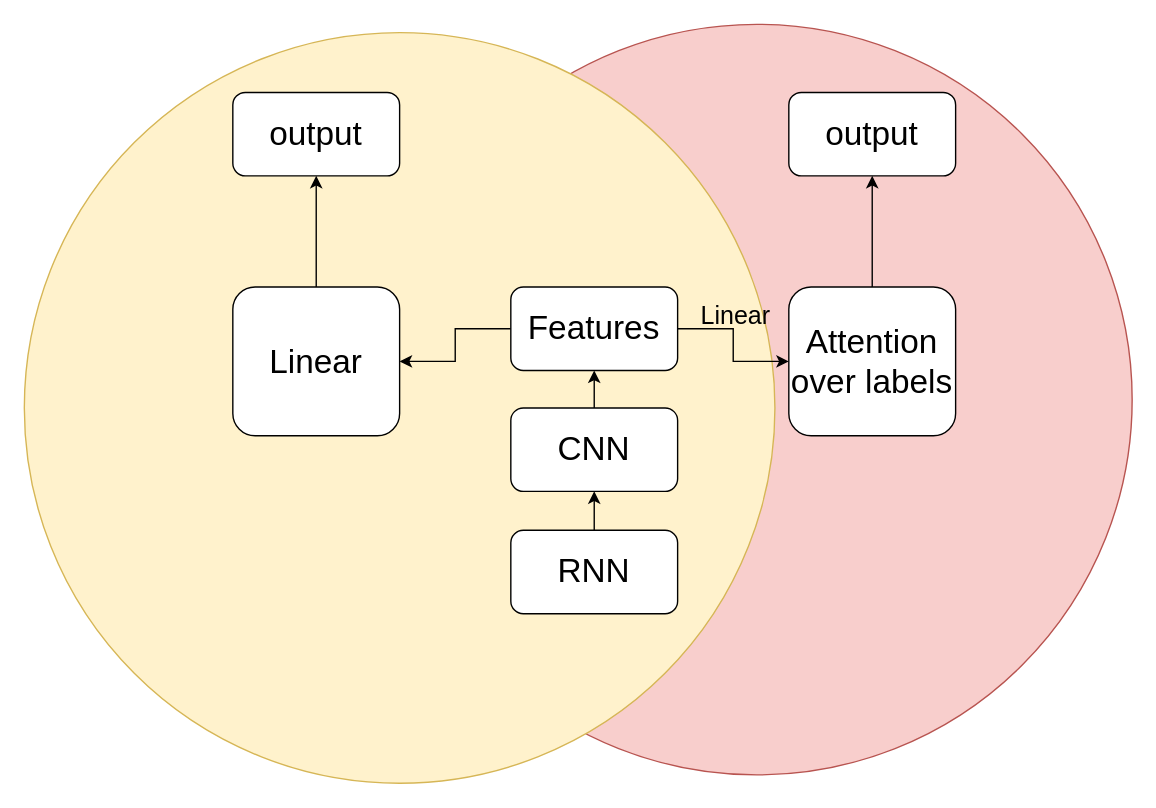
fpcsong/diagram keeps this draw.io diagram as 20190529mtl.drawio. Above is the earlier version. Source tidied: cells renumbered, new cells numbered last; positions are measured from the earlier drawing's top-left corner, leaving out a move shared by most shapes. Both pictures are drawn from the tidied source at 139%, with x=0, y=0 at pixel (24, 24).
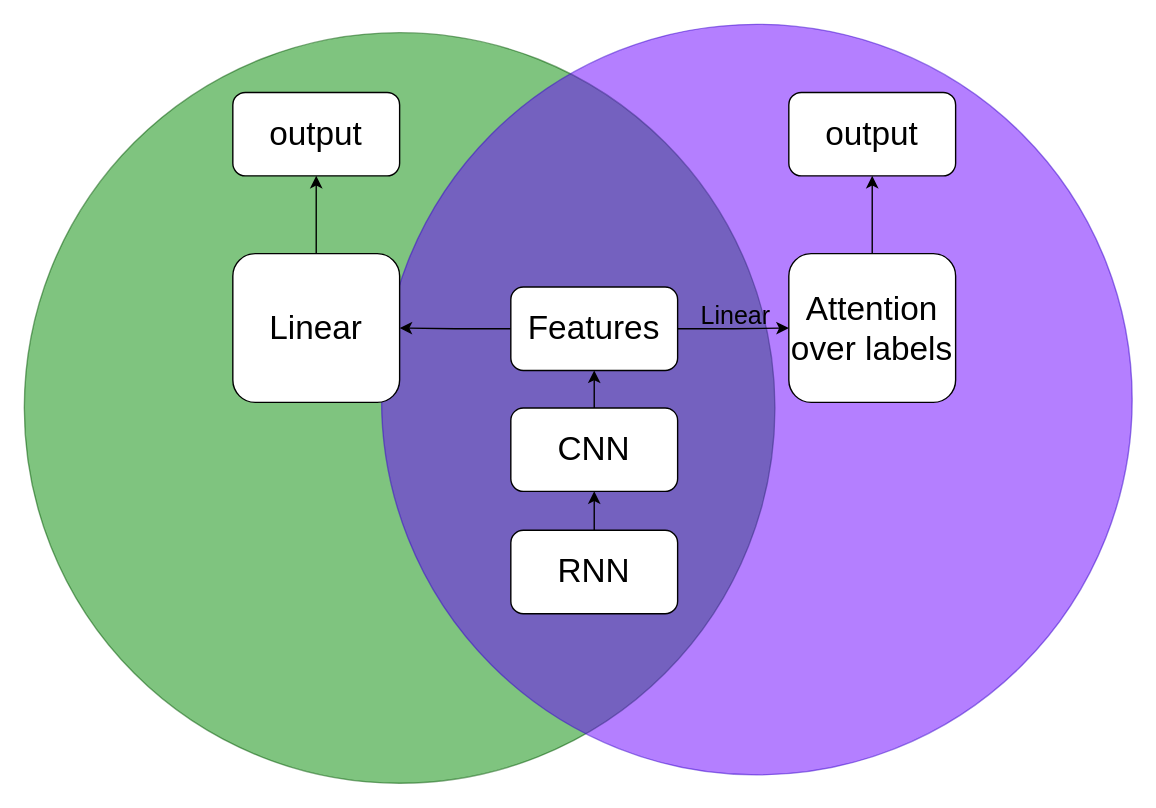
After the change.

Diff of the diagram source:
```diff
@@
 <mxGraphModel>
   <root>
     <mxCell id="0" />
     <mxCell id="1" parent="0" />
+    <mxCell id="3" style="ellipse;whiteSpace=wrap;html=1;fontSize=24;labelBackgroundColor=#ffffff;fillColor=#008a00;strokeColor=#005700;shadow=0;textOpacity=50;opacity=50;fontColor=#ffffff;" parent="1" vertex="1">
+      <mxGeometry y="6" width="540" height="540" as="geometry" />
+    </mxCell>
-    <mxCell id="2" style="ellipse;whiteSpace=wrap;html=1;fontSize=24;labelBackgroundColor=#ffffff;fillColor=#f8cecc;strokeColor=#b85450;shadow=0;" parent="1" vertex="1">
+    <mxCell id="2" value="&lt;br&gt;&lt;br&gt;" style="ellipse;whiteSpace=wrap;html=1;fontSize=24;labelBackgroundColor=#ffffff;fillColor=#6a00ff;strokeColor=#3700CC;shadow=0;opacity=50;fontColor=#ffffff;" parent="1" vertex="1">
       <mxGeometry x="257" width="540" height="540" as="geometry" />
     </mxCell>
-    <mxCell id="3" style="ellipse;whiteSpace=wrap;html=1;fontSize=24;labelBackgroundColor=#ffffff;fillColor=#fff2cc;strokeColor=#d6b656;shadow=0;textOpacity=50;" parent="1" vertex="1">
-      <mxGeometry y="6" width="540" height="540" as="geometry" />
-    </mxCell>
     <mxCell id="4" style="edgeStyle=orthogonalEdgeStyle;rounded=0;jettySize=auto;html=1;" parent="1" edge="1" source="5" target="7">
       <mxGeometry relative="1" as="geometry" />
     </mxCell>
     <mxCell id="5" value="&lt;font style=&quot;font-size: 24px&quot;&gt;RNN&lt;/font&gt;" style="rounded=1;whiteSpace=wrap;html=1;" parent="1" vertex="1">
       <mxGeometry x="350" y="364" width="120" height="60" as="geometry" />
     </mxCell>
     <mxCell id="6" style="edgeStyle=orthogonalEdgeStyle;rounded=0;jettySize=auto;html=1;" parent="1" edge="1" source="7" target="10">
       <mxGeometry relative="1" as="geometry" />
     </mxCell>
     <mxCell id="7" value="&lt;font style=&quot;font-size: 24px&quot;&gt;CNN&lt;/font&gt;" style="rounded=1;whiteSpace=wrap;html=1;" parent="1" vertex="1">
       <mxGeometry x="350" y="276" width="120" height="60" as="geometry" />
     </mxCell>
     <mxCell id="8" style="edgeStyle=orthogonalEdgeStyle;rounded=0;jettySize=auto;html=1;" parent="1" edge="1" source="10" target="15">
       <mxGeometry relative="1" as="geometry" />
     </mxCell>
     <mxCell id="9" style="edgeStyle=orthogonalEdgeStyle;rounded=0;jettySize=auto;html=1;" parent="1" edge="1" source="10" target="12">
       <mxGeometry relative="1" as="geometry" />
     </mxCell>
     <mxCell id="10" value="Features" style="rounded=1;whiteSpace=wrap;html=1;fontSize=24;" parent="1" vertex="1">
       <mxGeometry x="350" y="189" width="120" height="60" as="geometry" />
     </mxCell>
     <mxCell id="11" style="edgeStyle=orthogonalEdgeStyle;rounded=0;jettySize=auto;html=1;" parent="1" edge="1" source="12" target="13">
       <mxGeometry relative="1" as="geometry" />
     </mxCell>
     <mxCell id="12" value="&lt;font style=&quot;font-size: 24px&quot;&gt;Attention&lt;br&gt;over labels&lt;br&gt;&lt;/font&gt;" style="rounded=1;whiteSpace=wrap;html=1;" parent="1" vertex="1">
-      <mxGeometry x="550" y="189" width="120" height="107" as="geometry" />
+      <mxGeometry x="550" y="165" width="120" height="107" as="geometry" />
     </mxCell>
     <mxCell id="13" value="output" style="rounded=1;whiteSpace=wrap;html=1;fontSize=24;" parent="1" vertex="1">
       <mxGeometry x="550" y="49" width="120" height="60" as="geometry" />
     </mxCell>
     <mxCell id="14" style="edgeStyle=orthogonalEdgeStyle;rounded=0;jettySize=auto;html=1;" parent="1" edge="1" source="15" target="16">
       <mxGeometry relative="1" as="geometry" />
     </mxCell>
     <mxCell id="15" value="Linear" style="rounded=1;whiteSpace=wrap;html=1;fontSize=24;" parent="1" vertex="1">
-      <mxGeometry x="150" y="189" width="120" height="107" as="geometry" />
+      <mxGeometry x="150" y="165" width="120" height="107" as="geometry" />
     </mxCell>
     <mxCell id="16" value="output" style="rounded=1;whiteSpace=wrap;html=1;fontSize=24;" parent="1" vertex="1">
       <mxGeometry x="150" y="49" width="120" height="60" as="geometry" />
     </mxCell>
     <mxCell id="17" value="Linear" style="text;html=1;align=left;verticalAlign=top;spacingTop=-4;fontSize=18;" parent="1" vertex="1">
       <mxGeometry x="485" y="197" width="50" height="20" as="geometry" />
     </mxCell>
   </root>
 </mxGraphModel>
```
